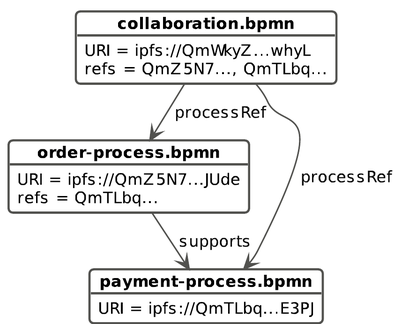
Before: docs/images/cascade-after.png, a diagram exported from PlantUML (alfa-yohannis/ecorefs). Its source is kept beside it as papers/01-JSS/paper/figures/cascade-after.puml.
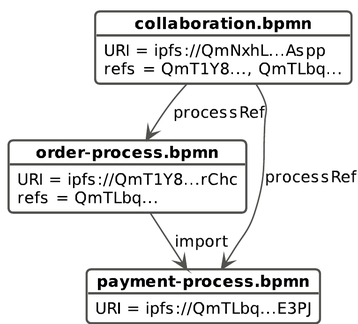
After the change.

What changed in the source:
```diff
@@ -5,11 +5,11 @@
 skinparam ranksep 26
 
 object "collaboration.bpmn" as C {
-  URI = ipfs://QmWkyZ...whyL
-  refs = QmZ5N7..., QmTLbq...
+  URI = ipfs://QmNxhL...Aspp
+  refs = QmT1Y8..., QmTLbq...
 }
 object "order-process.bpmn" as O {
-  URI = ipfs://QmZ5N7...JUde
+  URI = ipfs://QmT1Y8...rChc
   refs = QmTLbq...
 }
 object "payment-process.bpmn" as P {
@@ -18,5 +18,5 @@
 
 C --> O : processRef
 C --> P : processRef
-O --> P : supports
+O --> P : import
 @enduml
```
